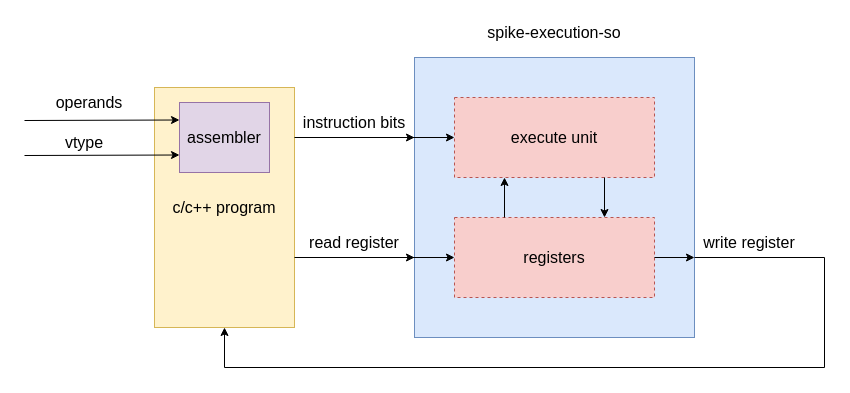
Above: spile.drawio in Ziyue-Zhang/draw_picture (draw.io), before the change. Source tidied: cells renumbered, new cells numbered last; positions are measured from the earlier drawing's top-left corner, leaving out a move shared by most shapes. Both pictures are drawn from the tidied source at 100%, with x=0, y=0 at pixel (24, 17).
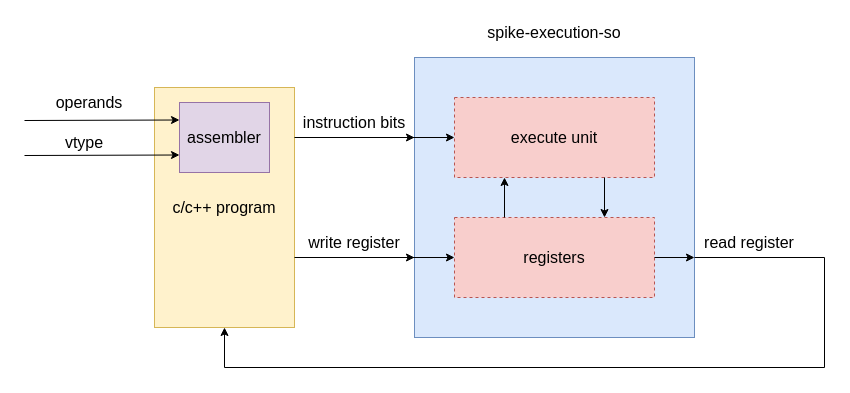
The same page after the edit.

Change to the diagram source:
```diff
@@
-    <mxCell id="11" value="read register" style="text;html=1;strokeColor=none;fillColor=none;align=center;verticalAlign=middle;whiteSpace=wrap;rounded=0;fontSize=16;" parent="1" vertex="1">
+    <mxCell id="11" value="write register" style="text;html=1;strokeColor=none;fillColor=none;align=center;verticalAlign=middle;whiteSpace=wrap;rounded=0;fontSize=16;" parent="1" vertex="1">
       <mxGeometry x="275" y="210" width="110" height="30" as="geometry" />
     </mxCell>
-    <mxCell id="12" value="write register" style="text;html=1;strokeColor=none;fillColor=none;align=center;verticalAlign=middle;whiteSpace=wrap;rounded=0;fontSize=16;" parent="1" vertex="1">
+    <mxCell id="12" value="read register" style="text;html=1;strokeColor=none;fillColor=none;align=center;verticalAlign=middle;whiteSpace=wrap;rounded=0;fontSize=16;" parent="1" vertex="1">
       <mxGeometry x="670" y="210" width="110" height="30" as="geometry" />
     </mxCell>
```
